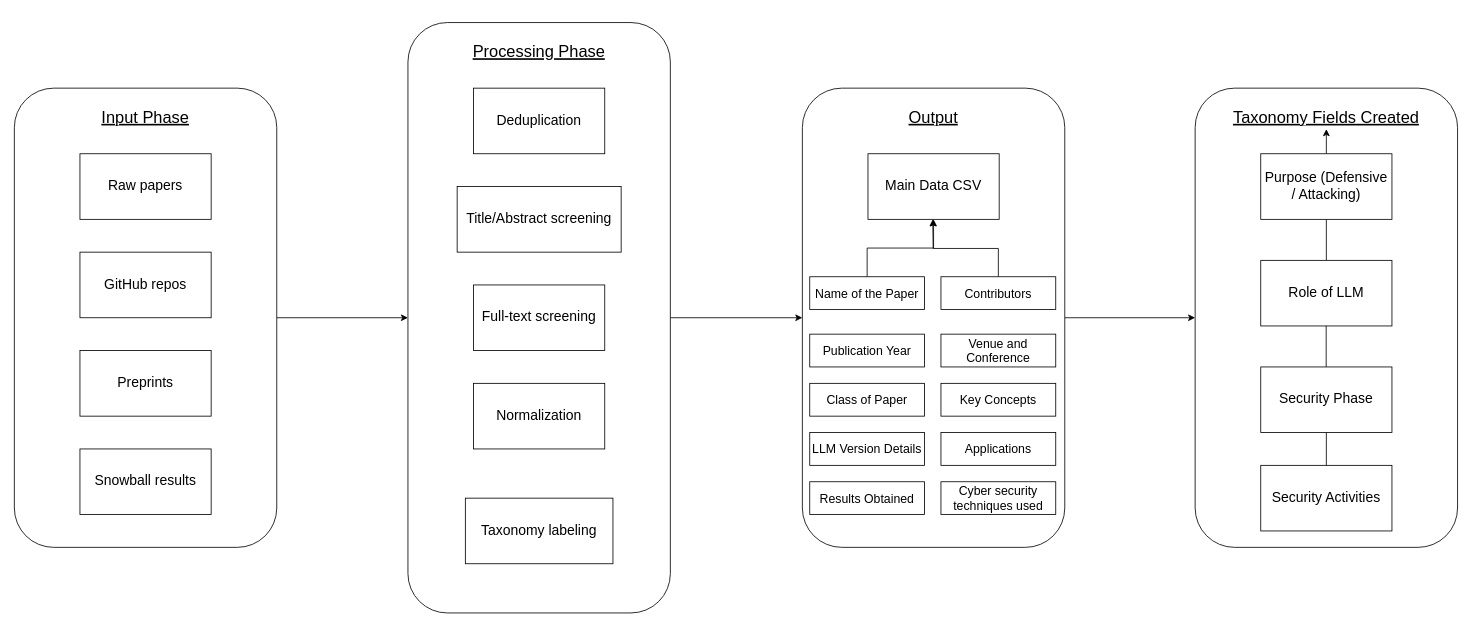
This is Thesis - Main data construction pipeline.drawio from smeetn/Quantitative-Analysis-of-Secure-Code-Generation-by-Large-Language-Models-and-Generative-AI, a draw.io file, before an edit. Source tidied: cells renumbered, new cells numbered last; positions are measured from the earlier drawing's top-left corner, leaving out a move shared by most shapes. Both pictures are drawn from the tidied source at 82%, with x=0, y=0 at pixel (14, 22).
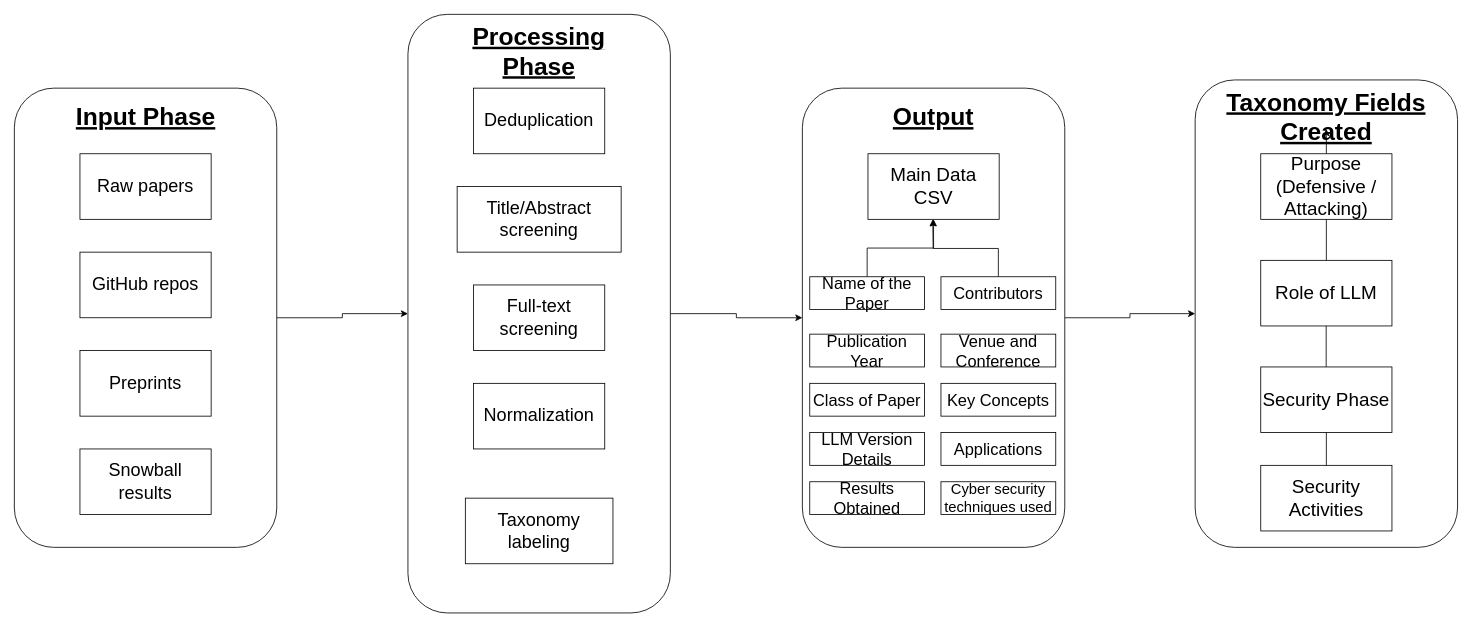
The same page after the edit.

Diff of the diagram source:
```diff
@@
-    <mxCell id="4" value="&lt;font style=&quot;font-size: 17px;&quot;&gt;Raw papers&lt;/font&gt;" style="rounded=0;whiteSpace=wrap;html=1;" parent="1" vertex="1">
+    <mxCell id="4" value="&lt;font&gt;Raw papers&lt;/font&gt;" style="rounded=0;whiteSpace=wrap;html=1;fontSize=22;" parent="1" vertex="1">
       <mxGeometry x="80" y="160" width="160" height="80" as="geometry" />
     </mxCell>
-    <mxCell id="5" value="&lt;font style=&quot;font-size: 17px;&quot;&gt;GitHub repos&lt;/font&gt;" style="rounded=0;whiteSpace=wrap;html=1;" parent="1" vertex="1">
+    <mxCell id="5" value="&lt;font&gt;GitHub repos&lt;/font&gt;" style="rounded=0;whiteSpace=wrap;html=1;fontSize=22;" parent="1" vertex="1">
       <mxGeometry x="80" y="280" width="160" height="80" as="geometry" />
     </mxCell>
-    <mxCell id="6" value="&lt;font style=&quot;font-size: 17px;&quot;&gt;Preprints&lt;/font&gt;" style="rounded=0;whiteSpace=wrap;html=1;" parent="1" vertex="1">
+    <mxCell id="6" value="&lt;font&gt;Preprints&lt;/font&gt;" style="rounded=0;whiteSpace=wrap;html=1;fontSize=22;" parent="1" vertex="1">
       <mxGeometry x="80" y="400" width="160" height="80" as="geometry" />
     </mxCell>
-    <mxCell id="7" value="&lt;font style=&quot;font-size: 17px;&quot;&gt;Snowball results&lt;/font&gt;" style="rounded=0;whiteSpace=wrap;html=1;" parent="1" vertex="1">
+    <mxCell id="7" value="&lt;font&gt;Snowball results&lt;/font&gt;" style="rounded=0;whiteSpace=wrap;html=1;fontSize=22;" parent="1" vertex="1">
       <mxGeometry x="80" y="520" width="160" height="80" as="geometry" />
     </mxCell>
-    <mxCell id="8" value="&lt;font style=&quot;font-size: 20px;&quot;&gt;&lt;u&gt;Input Phase&lt;/u&gt;&lt;/font&gt;" style="text;html=1;align=center;verticalAlign=middle;whiteSpace=wrap;rounded=0;" parent="1" vertex="1">
-      <mxGeometry x="90" y="100" width="140" height="30" as="geometry" />
+    <mxCell id="8" value="&lt;font&gt;&lt;u&gt;Input Phase&lt;/u&gt;&lt;/font&gt;" style="text;html=1;align=center;verticalAlign=middle;whiteSpace=wrap;rounded=0;fontSize=30;fontStyle=1;" parent="1" vertex="1">
+      <mxGeometry x="57.5" y="100" width="205" height="30" as="geometry" />
     </mxCell>
@@
     <mxCell id="10" style="rounded=1;whiteSpace=wrap;html=1;" parent="1" vertex="1">
-      <mxGeometry x="480" width="320" height="720" as="geometry" />
+      <mxGeometry x="480" y="-10" width="320" height="730" as="geometry" />
     </mxCell>
-    <mxCell id="11" value="&lt;font style=&quot;font-size: 17px;&quot;&gt;Deduplication&lt;/font&gt;" style="rounded=0;whiteSpace=wrap;html=1;" parent="1" vertex="1">
+    <mxCell id="11" value="&lt;font&gt;Deduplication&lt;/font&gt;" style="rounded=0;whiteSpace=wrap;html=1;fontSize=22;" parent="1" vertex="1">
       <mxGeometry x="560" y="80" width="160" height="80" as="geometry" />
     </mxCell>
-    <mxCell id="12" value="&lt;font style=&quot;font-size: 17px;&quot;&gt;Title/Abstract screening&lt;/font&gt;" style="rounded=0;whiteSpace=wrap;html=1;" parent="1" vertex="1">
+    <mxCell id="12" value="&lt;font&gt;Title/Abstract screening&lt;/font&gt;" style="rounded=0;whiteSpace=wrap;html=1;fontSize=22;" parent="1" vertex="1">
       <mxGeometry x="540" y="200" width="200" height="80" as="geometry" />
     </mxCell>
-    <mxCell id="13" value="&lt;font style=&quot;font-size: 17px;&quot;&gt;Full-text screening&lt;/font&gt;" style="rounded=0;whiteSpace=wrap;html=1;" parent="1" vertex="1">
+    <mxCell id="13" value="&lt;font&gt;Full-text screening&lt;/font&gt;" style="rounded=0;whiteSpace=wrap;html=1;fontSize=22;" parent="1" vertex="1">
       <mxGeometry x="560" y="320" width="160" height="80" as="geometry" />
     </mxCell>
-    <mxCell id="14" value="&lt;font style=&quot;font-size: 17px;&quot;&gt;Normalization&lt;/font&gt;" style="rounded=0;whiteSpace=wrap;html=1;" parent="1" vertex="1">
+    <mxCell id="14" value="&lt;font&gt;Normalization&lt;/font&gt;" style="rounded=0;whiteSpace=wrap;html=1;fontSize=22;" parent="1" vertex="1">
       <mxGeometry x="560" y="440" width="160" height="80" as="geometry" />
     </mxCell>
-    <mxCell id="15" value="&lt;font style=&quot;font-size: 20px;&quot;&gt;&lt;u&gt;Processing Phase&lt;/u&gt;&lt;/font&gt;" style="text;html=1;align=center;verticalAlign=middle;whiteSpace=wrap;rounded=0;" parent="1" vertex="1">
+    <mxCell id="15" value="&lt;font&gt;&lt;u&gt;Processing Phase&lt;/u&gt;&lt;/font&gt;" style="text;html=1;align=center;verticalAlign=middle;whiteSpace=wrap;rounded=0;fontStyle=1;fontSize=30;" parent="1" vertex="1">
       <mxGeometry x="540" y="20" width="200" height="30" as="geometry" />
     </mxCell>
-    <mxCell id="16" value="&lt;font style=&quot;font-size: 17px;&quot;&gt;Taxonomy labeling&lt;/font&gt;" style="rounded=0;whiteSpace=wrap;html=1;" parent="1" vertex="1">
+    <mxCell id="16" value="&lt;font&gt;Taxonomy labeling&lt;/font&gt;" style="rounded=0;whiteSpace=wrap;html=1;fontSize=22;" parent="1" vertex="1">
       <mxGeometry x="550" y="580" width="180" height="80" as="geometry" />
     </mxCell>
@@
-    <mxCell id="19" value="&lt;font style=&quot;font-size: 17px;&quot;&gt;Main Data CSV&lt;/font&gt;" style="rounded=0;whiteSpace=wrap;html=1;" parent="1" vertex="1">
+    <mxCell id="19" value="&lt;font&gt;Main Data CSV&lt;/font&gt;" style="rounded=0;whiteSpace=wrap;html=1;fontSize=23;" parent="1" vertex="1">
       <mxGeometry x="1041" y="160" width="160" height="80" as="geometry" />
     </mxCell>
-    <mxCell id="20" value="&lt;font style=&quot;font-size: 20px;&quot;&gt;&lt;u&gt;Output&lt;/u&gt;&lt;/font&gt;" style="text;html=1;align=center;verticalAlign=middle;whiteSpace=wrap;rounded=0;" parent="1" vertex="1">
+    <mxCell id="20" value="&lt;font&gt;&lt;u&gt;Output&lt;/u&gt;&lt;/font&gt;" style="text;html=1;align=center;verticalAlign=middle;whiteSpace=wrap;rounded=0;fontStyle=1;fontSize=30;" parent="1" vertex="1">
       <mxGeometry x="1051" y="100" width="140" height="30" as="geometry" />
     </mxCell>
@@
-    <mxCell id="22" value="&lt;font style=&quot;font-size: 15px;&quot;&gt;Name of the Paper&lt;/font&gt;" style="rounded=0;whiteSpace=wrap;html=1;" parent="1" vertex="1">
+    <mxCell id="22" value="&lt;font&gt;Name of the Paper&lt;/font&gt;" style="rounded=0;whiteSpace=wrap;html=1;fontSize=20;" parent="1" vertex="1">
       <mxGeometry x="970" y="310" width="140" height="40" as="geometry" />
     </mxCell>
@@
-    <mxCell id="24" value="&lt;font style=&quot;font-size: 15px;&quot;&gt;Contributors&lt;/font&gt;" style="rounded=0;whiteSpace=wrap;html=1;" parent="1" vertex="1">
+    <mxCell id="24" value="&lt;font&gt;Contributors&lt;/font&gt;" style="rounded=0;whiteSpace=wrap;html=1;fontSize=20;" parent="1" vertex="1">
       <mxGeometry x="1130" y="310" width="140" height="40" as="geometry" />
     </mxCell>
-    <mxCell id="25" value="&lt;font style=&quot;font-size: 15px;&quot;&gt;Publication Year&lt;/font&gt;" style="rounded=0;whiteSpace=wrap;html=1;" parent="1" vertex="1">
+    <mxCell id="25" value="&lt;font&gt;Publication Year&lt;/font&gt;" style="rounded=0;whiteSpace=wrap;html=1;fontSize=20;" parent="1" vertex="1">
       <mxGeometry x="970" y="380" width="140" height="40" as="geometry" />
     </mxCell>
-    <mxCell id="26" value="&lt;font style=&quot;font-size: 15px;&quot;&gt;Venue and Conference&lt;/font&gt;" style="rounded=0;whiteSpace=wrap;html=1;" parent="1" vertex="1">
+    <mxCell id="26" value="&lt;font&gt;Venue and Conference&lt;/font&gt;" style="rounded=0;whiteSpace=wrap;html=1;fontSize=20;" parent="1" vertex="1">
       <mxGeometry x="1130" y="380" width="140" height="40" as="geometry" />
     </mxCell>
-    <mxCell id="27" value="&lt;font style=&quot;font-size: 15px;&quot;&gt;Class of Paper&lt;/font&gt;" style="rounded=0;whiteSpace=wrap;html=1;" parent="1" vertex="1">
+    <mxCell id="27" value="&lt;font&gt;Class of Paper&lt;/font&gt;" style="rounded=0;whiteSpace=wrap;html=1;fontSize=20;" parent="1" vertex="1">
       <mxGeometry x="970" y="440" width="140" height="40" as="geometry" />
     </mxCell>
-    <mxCell id="28" value="&lt;font style=&quot;font-size: 15px;&quot;&gt;Key Concepts&lt;/font&gt;" style="rounded=0;whiteSpace=wrap;html=1;" parent="1" vertex="1">
+    <mxCell id="28" value="&lt;font&gt;Key Concepts&lt;/font&gt;" style="rounded=0;whiteSpace=wrap;html=1;fontSize=20;" parent="1" vertex="1">
       <mxGeometry x="1130" y="440" width="140" height="40" as="geometry" />
     </mxCell>
-    <mxCell id="29" value="&lt;font style=&quot;font-size: 15px;&quot;&gt;LLM Version Details&lt;/font&gt;" style="rounded=0;whiteSpace=wrap;html=1;" parent="1" vertex="1">
+    <mxCell id="29" value="&lt;font&gt;LLM Version Details&lt;/font&gt;" style="rounded=0;whiteSpace=wrap;html=1;fontSize=20;" parent="1" vertex="1">
       <mxGeometry x="970" y="500" width="140" height="40" as="geometry" />
     </mxCell>
-    <mxCell id="30" value="&lt;font style=&quot;font-size: 15px;&quot;&gt;Applications&lt;/font&gt;" style="rounded=0;whiteSpace=wrap;html=1;" parent="1" vertex="1">
+    <mxCell id="30" value="&lt;font&gt;Applications&lt;/font&gt;" style="rounded=0;whiteSpace=wrap;html=1;fontSize=20;" parent="1" vertex="1">
       <mxGeometry x="1130" y="500" width="140" height="40" as="geometry" />
     </mxCell>
-    <mxCell id="31" value="&lt;font style=&quot;font-size: 15px;&quot;&gt;Results Obtained&lt;/font&gt;" style="rounded=0;whiteSpace=wrap;html=1;" parent="1" vertex="1">
+    <mxCell id="31" value="&lt;font&gt;Results Obtained&lt;/font&gt;" style="rounded=0;whiteSpace=wrap;html=1;fontSize=20;" parent="1" vertex="1">
       <mxGeometry x="970" y="560" width="140" height="40" as="geometry" />
     </mxCell>
-    <mxCell id="32" value="&lt;font style=&quot;font-size: 15px;&quot;&gt;Cyber security techniques used&lt;/font&gt;" style="rounded=0;whiteSpace=wrap;html=1;" parent="1" vertex="1">
+    <mxCell id="32" value="&lt;font&gt;Cyber security techniques used&lt;/font&gt;" style="rounded=0;whiteSpace=wrap;html=1;fontSize=18;" parent="1" vertex="1">
       <mxGeometry x="1130" y="560" width="140" height="40" as="geometry" />
     </mxCell>
     <mxCell id="33" style="rounded=1;whiteSpace=wrap;html=1;" parent="1" vertex="1">
-      <mxGeometry x="1440" y="80" width="320" height="560" as="geometry" />
+      <mxGeometry x="1440" y="70" width="320" height="570" as="geometry" />
     </mxCell>
@@
-    <mxCell id="35" value="&lt;font style=&quot;font-size: 17px;&quot;&gt;Purpose (Defensive / Attacking)&lt;/font&gt;" style="rounded=0;whiteSpace=wrap;html=1;" parent="1" vertex="1">
+    <mxCell id="35" value="&lt;font&gt;Purpose (Defensive / Attacking)&lt;/font&gt;" style="rounded=0;whiteSpace=wrap;html=1;fontSize=23;" parent="1" vertex="1">
       <mxGeometry x="1520" y="160" width="160" height="80" as="geometry" />
     </mxCell>
-    <mxCell id="36" value="&lt;font style=&quot;font-size: 20px;&quot;&gt;&lt;u&gt;Taxonomy Fields Created&lt;/u&gt;&lt;/font&gt;" style="text;html=1;align=center;verticalAlign=middle;whiteSpace=wrap;rounded=0;" parent="1" vertex="1">
+    <mxCell id="36" value="&lt;font&gt;&lt;u&gt;Taxonomy Fields Created&lt;/u&gt;&lt;/font&gt;" style="text;html=1;align=center;verticalAlign=middle;whiteSpace=wrap;rounded=0;fontStyle=1;fontSize=30;" parent="1" vertex="1">
       <mxGeometry x="1460" y="100" width="280" height="30" as="geometry" />
     </mxCell>
-    <mxCell id="37" value="&lt;font style=&quot;font-size: 17px;&quot;&gt;Role of LLM&lt;/font&gt;" style="rounded=0;whiteSpace=wrap;html=1;" parent="1" vertex="1">
+    <mxCell id="37" value="&lt;font&gt;Role of LLM&lt;/font&gt;" style="rounded=0;whiteSpace=wrap;html=1;fontSize=23;" parent="1" vertex="1">
       <mxGeometry x="1520" y="290" width="160" height="80" as="geometry" />
     </mxCell>
-    <mxCell id="38" value="&lt;font style=&quot;font-size: 17px;&quot;&gt;Security Phase&lt;/font&gt;" style="rounded=0;whiteSpace=wrap;html=1;" parent="1" vertex="1">
+    <mxCell id="38" value="&lt;font&gt;Security Phase&lt;/font&gt;" style="rounded=0;whiteSpace=wrap;html=1;fontSize=23;" parent="1" vertex="1">
       <mxGeometry x="1520" y="420" width="160" height="80" as="geometry" />
     </mxCell>
-    <mxCell id="39" value="&lt;font style=&quot;font-size: 17px;&quot;&gt;Security Activities&lt;/font&gt;" style="rounded=0;whiteSpace=wrap;html=1;" parent="1" vertex="1">
+    <mxCell id="39" value="&lt;font&gt;Security Activities&lt;/font&gt;" style="rounded=0;whiteSpace=wrap;html=1;fontSize=23;" parent="1" vertex="1">
       <mxGeometry x="1520" y="540" width="160" height="80" as="geometry" />
     </mxCell>
```
